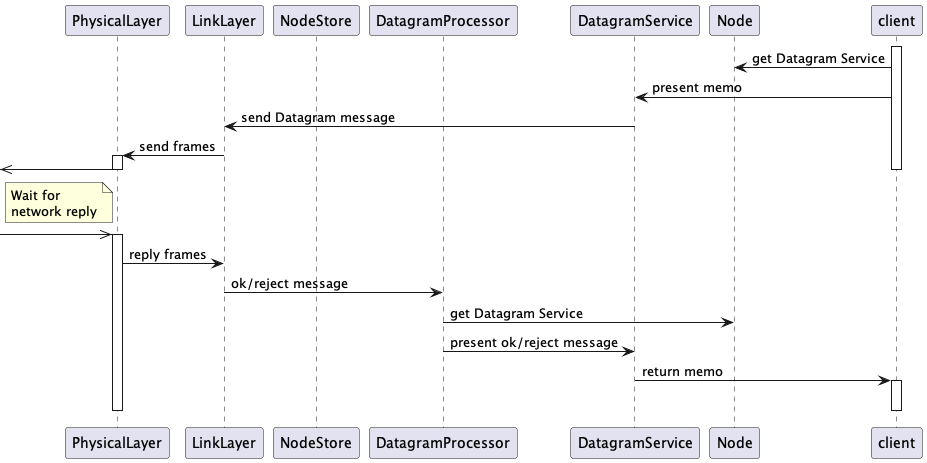
Above: Sources/OpenlcbLibrary/Documentation.docc/SendDatagramInteractions.png in bobjacobsen/OpenlcbLibrary (PlantUML), before the change. The source it was exported from:
```plantuml
@startuml

participant PhysicalLayer
participant LinkLayer
participant NodeStore
participant DatagramProcessor
participant DatagramService
participant Node
participant client

activate client
client -> Node : get Datagram Service

client -> DatagramService : present memo
DatagramService -> LinkLayer : send Datagram message
LinkLayer -> PhysicalLayer : send frames

activate PhysicalLayer
<<- PhysicalLayer
deactivate PhysicalLayer
deactivate client

note left of PhysicalLayer : Wait for\nnetwork reply

->> PhysicalLayer
activate PhysicalLayer
PhysicalLayer -> LinkLayer : reply frames
LinkLayer -> DatagramProcessor : ok/reject message
DatagramProcessor -> Node : get Datagram Service
DatagramProcessor -> DatagramService : present ok/reject message

DatagramService -> client : return memo
activate client
deactivate client

deactivate PhysicalLayer

@enduml
```
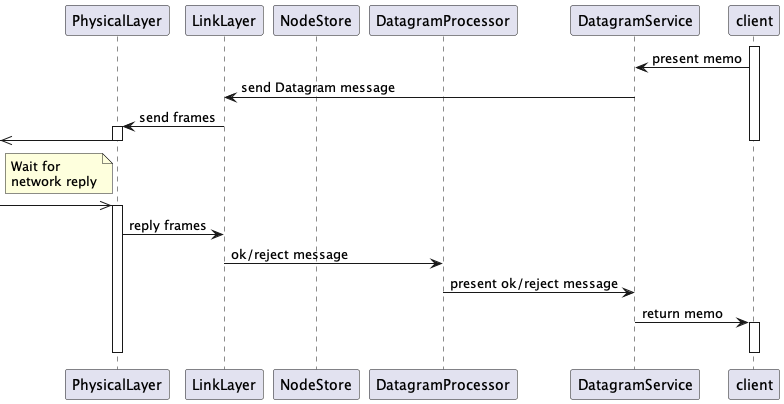
Later version of the same file.

What changed in the source:
```diff
@@ -5,11 +5,9 @@
 participant NodeStore
 participant DatagramProcessor
 participant DatagramService
-participant Node
 participant client
 
 activate client
-client -> Node : get Datagram Service
 
 client -> DatagramService : present memo
 DatagramService -> LinkLayer : send Datagram message
@@ -26,7 +24,6 @@
 activate PhysicalLayer
 PhysicalLayer -> LinkLayer : reply frames
 LinkLayer -> DatagramProcessor : ok/reject message
-DatagramProcessor -> Node : get Datagram Service
 DatagramProcessor -> DatagramService : present ok/reject message
 
 DatagramService -> client : return memo
```
